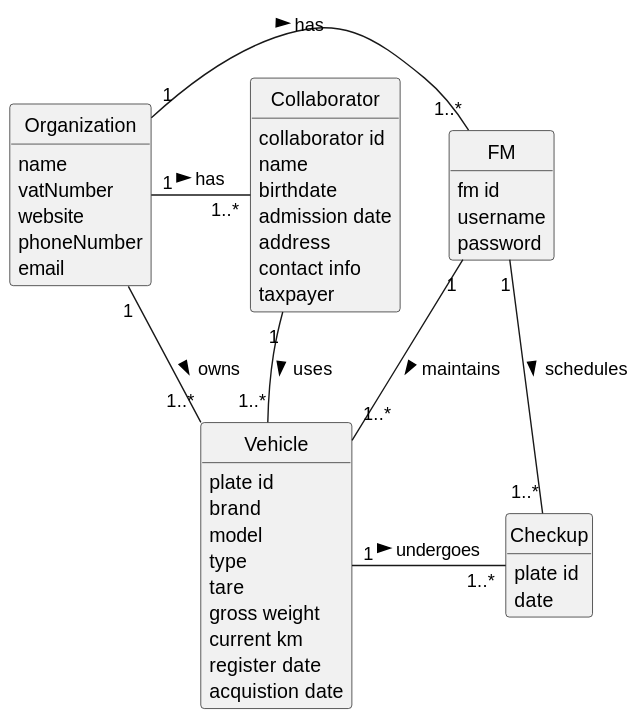
This is docs/sprintC/us026/02.analysis/svg/us026-domain-model.svg from rpedros02/lei-24-s2-1DL-g08, a PlantUML export, as it was before one commit. Its diagram source:
```plantuml
@startuml
skinparam monochrome true
skinparam packageStyle rectangle
skinparam shadowing false
skinparam classAttributeIconSize 0

hide circle
hide methods


class Organization {
    name
    vatNumber
    website
    phoneNumber
    email
}
class Vehicle {
    plate id
    brand
    model
    type
    tare
    gross weight
    current km
    register date
    acquistion date
}
class Collaborator {
    collaborator id
    name
    birthdate
    admission date
    address
    contact info
    taxpayer
}

class FM {
    fm id
    username
    password

}

class Checkup {
    plate id
    date

}

Organization "1" - "1..*" FM: has >
Organization "1" - "1..*" Collaborator: has >
Organization "1" - "1..*" Vehicle: owns >
Collaborator "1" -- "1..*" Vehicle: uses >
FM "1" -- "1..*" Vehicle: maintains >
FM "1" - "1..*" Checkup: schedules >
Vehicle "1" - "1..*" Checkup: undergoes >
@enduml
```
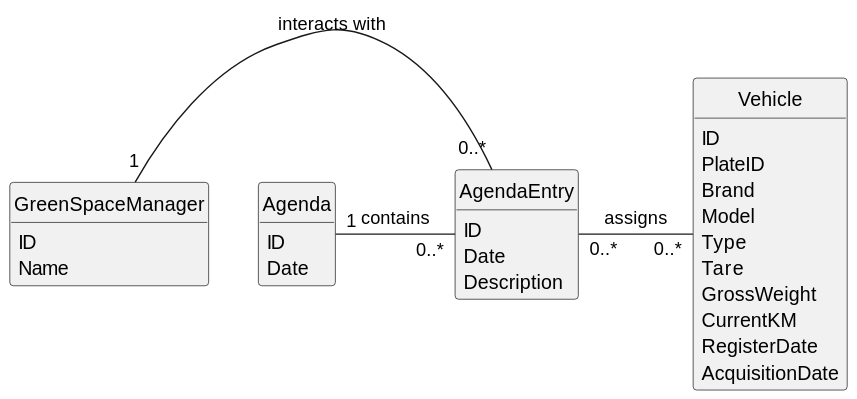
The same diagram one commit later.

Diff of the diagram source:
```diff
@@ -7,53 +7,36 @@
 hide circle
 hide methods
 
-
-class Organization {
-    name
-    vatNumber
-    website
-    phoneNumber
-    email
-}
-class Vehicle {
-    plate id
-    brand
-    model
-    type
-    tare
-    gross weight
-    current km
-    register date
-    acquistion date
-}
-class Collaborator {
-    collaborator id
-    name
-    birthdate
-    admission date
-    address
-    contact info
-    taxpayer
+class GreenSpaceManager {
+    ID
+    Name
 }
 
-class FM {
-    fm id
-    username
-    password
-
+class Agenda {
+    ID
+    Date
 }
 
-class Checkup {
-    plate id
-    date
-
+class AgendaEntry {
+    ID
+    Date
+    Description
 }
 
-Organization "1" - "1..*" FM: has >
-Organization "1" - "1..*" Collaborator: has >
-Organization "1" - "1..*" Vehicle: owns >
-Collaborator "1" -- "1..*" Vehicle: uses >
-FM "1" -- "1..*" Vehicle: maintains >
-FM "1" - "1..*" Checkup: schedules >
-Vehicle "1" - "1..*" Checkup: undergoes >
+class Vehicle {
+    ID
+    PlateID
+    Brand
+    Model
+    Type
+    Tare
+    GrossWeight
+    CurrentKM
+    RegisterDate
+    AcquisitionDate
+}
+
+GreenSpaceManager "1" - "0..*" AgendaEntry : "interacts with"
+Agenda "1" - "0..*" AgendaEntry : "contains"
+AgendaEntry "0..*" - "0..*" Vehicle : "assigns"
 @enduml
```
